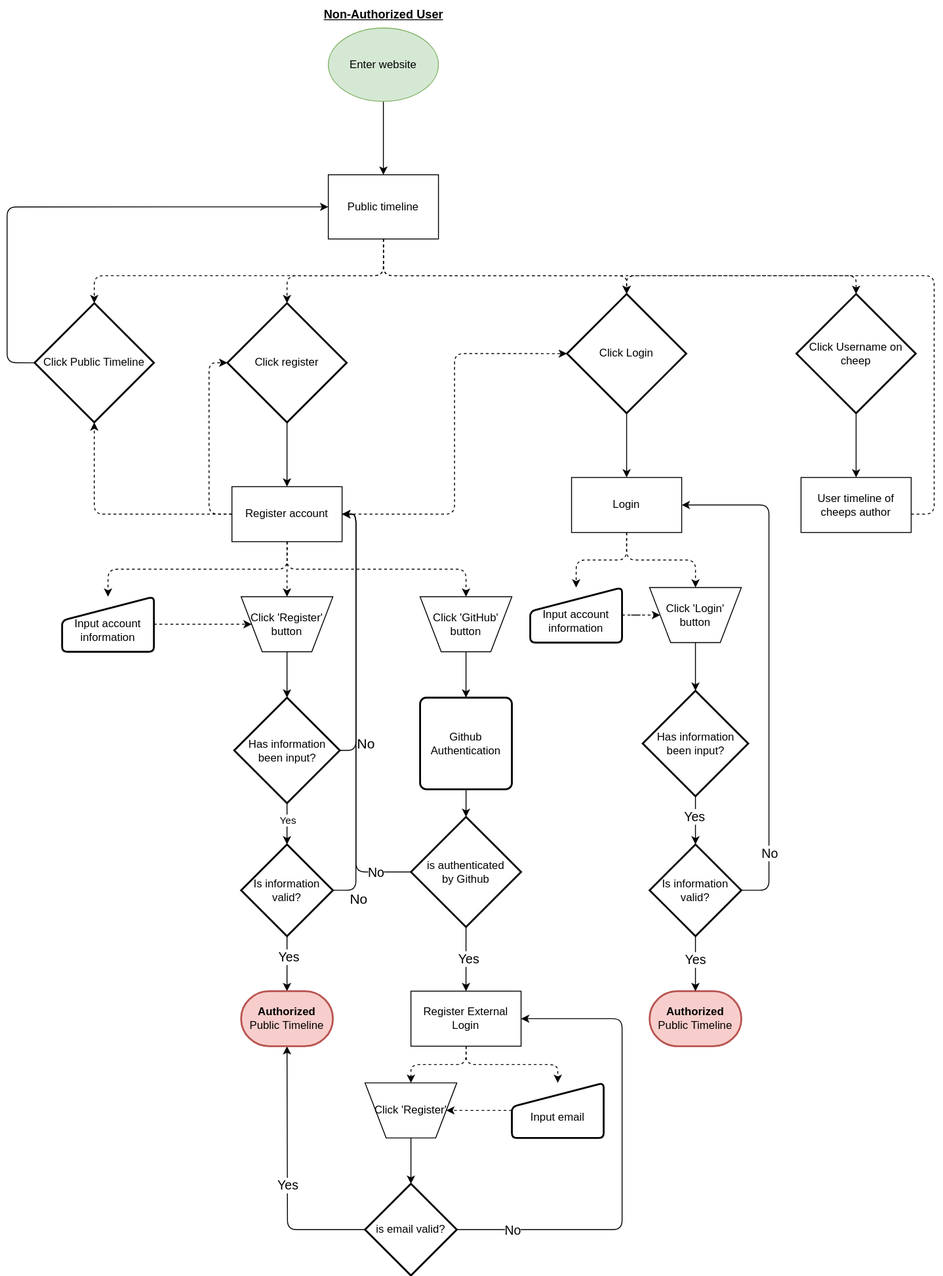
Before: docs/diagrams/Non-Auth User journey.drawio.svg, a diagram exported from draw.io (ITU-BDSA-GROUP-20/Chirp). Source tidied: cells renumbered, new cells last; positions are measured from the earlier drawing's top-left corner, leaving out a move shared by most shapes.
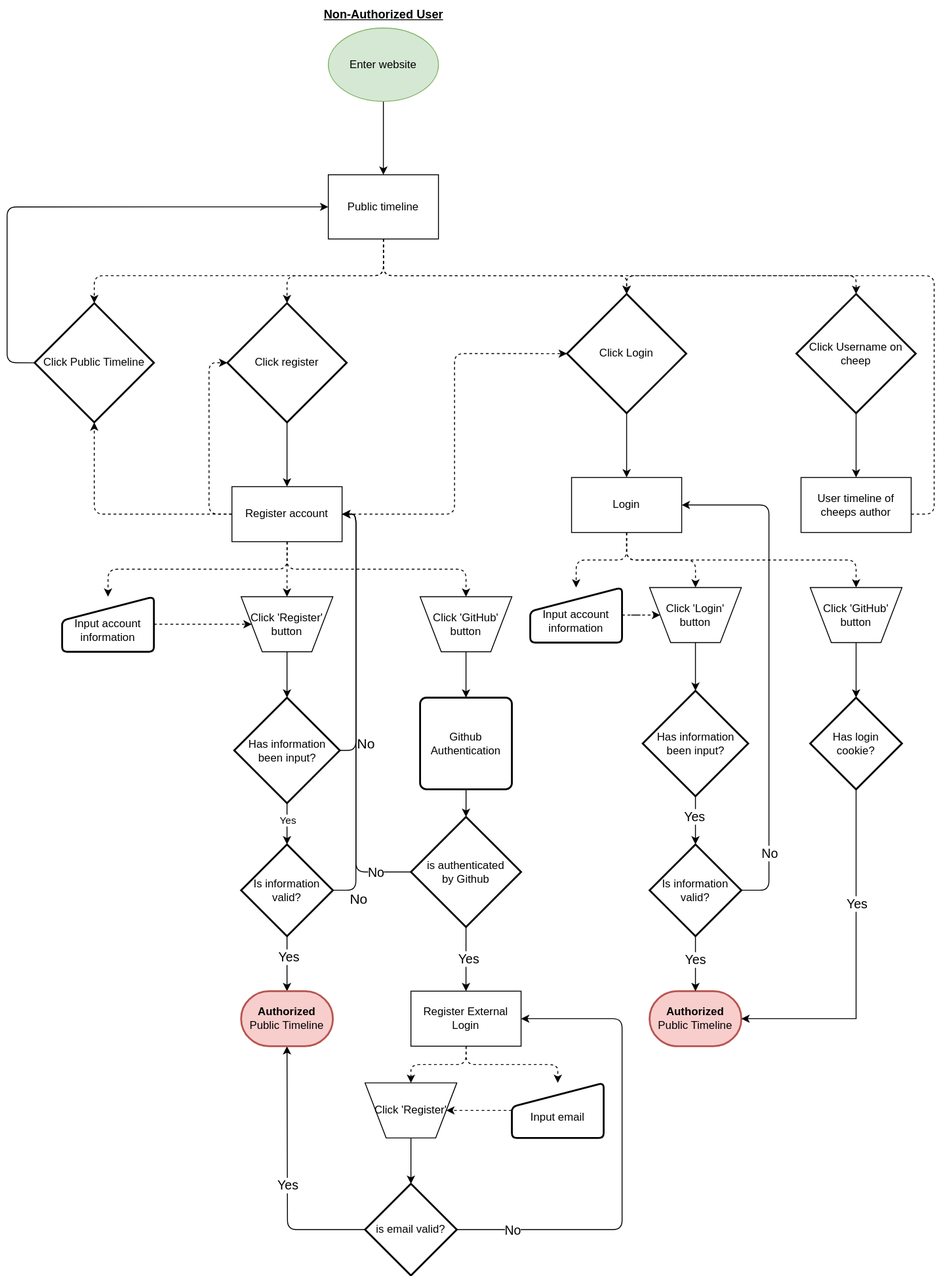
Later version of the same file.

Change to the diagram source:
```diff
@@ -268,6 +268,14 @@
     <mxCell id="65" style="edgeStyle=orthogonalEdgeStyle;rounded=1;jettySize=auto;html=1;dashed=1;" parent="1" edge="1" source="66" target="69">
       <mxGeometry relative="1" as="geometry" />
     </mxCell>
+    <mxCell id="80" style="edgeStyle=orthogonalEdgeStyle;rounded=1;jettySize=auto;html=1;dashed=1;entryX=0.5;entryY=0;entryDx=0;entryDy=0;" parent="1" edge="1" source="66" target="81">
+      <mxGeometry relative="1" as="geometry">
+        <Array as="points">
+          <mxPoint x="675" y="610" />
+          <mxPoint x="925" y="610" />
+        </Array>
+      </mxGeometry>
+    </mxCell>
     <mxCell id="66" value="Login" style="rounded=0;whiteSpace=wrap;html=1;" parent="1" vertex="1">
       <mxGeometry x="615" y="520" width="120" height="60" as="geometry" />
     </mxCell>
@@ -317,5 +325,24 @@
     <mxCell id="79" value="&lt;font style=&quot;font-size: 14px;&quot;&gt;Yes&lt;/font&gt;" style="edgeLabel;html=1;align=center;verticalAlign=middle;" parent="78" vertex="1">
       <mxGeometry x="-0.16" y="-1" relative="1" as="geometry" />
     </mxCell>
+    <mxCell id="81" value="Click 'GitHub' button" style="verticalLabelPosition=middle;verticalAlign=middle;html=1;shape=trapezoid;perimeter=trapezoidPerimeter;whiteSpace=wrap;size=0.23;arcSize=10;flipV=1;labelPosition=center;align=center;" parent="1" vertex="1">
+      <mxGeometry x="875" y="640" width="100" height="60" as="geometry" />
+    </mxCell>
+    <mxCell id="82" value="Has login &lt;br&gt;cookie?" style="strokeWidth=2;html=1;shape=mxgraph.flowchart.decision;whiteSpace=wrap;" parent="1" vertex="1">
+      <mxGeometry x="875" y="760" width="100" height="100" as="geometry" />
+    </mxCell>
+    <mxCell id="83" style="edgeStyle=orthogonalEdgeStyle;rounded=0;jettySize=auto;html=1;entryX=0.5;entryY=0;entryDx=0;entryDy=0;entryPerimeter=0;" parent="1" edge="1" source="81" target="82">
+      <mxGeometry relative="1" as="geometry" />
+    </mxCell>
+    <mxCell id="84" style="edgeStyle=orthogonalEdgeStyle;rounded=0;jettySize=auto;html=1;entryX=1;entryY=0.5;entryDx=0;entryDy=0;entryPerimeter=0;" parent="1" edge="1" source="82" target="74">
+      <mxGeometry relative="1" as="geometry">
+        <Array as="points">
+          <mxPoint x="925" y="1110" />
+        </Array>
+      </mxGeometry>
+    </mxCell>
+    <mxCell id="85" value="&lt;font style=&quot;font-size: 14px;&quot;&gt;Yes&lt;/font&gt;" style="edgeLabel;html=1;align=center;verticalAlign=middle;" parent="84" vertex="1">
+      <mxGeometry x="-0.33" relative="1" as="geometry" />
+    </mxCell>
   </root>
 </mxGraphModel>
```
